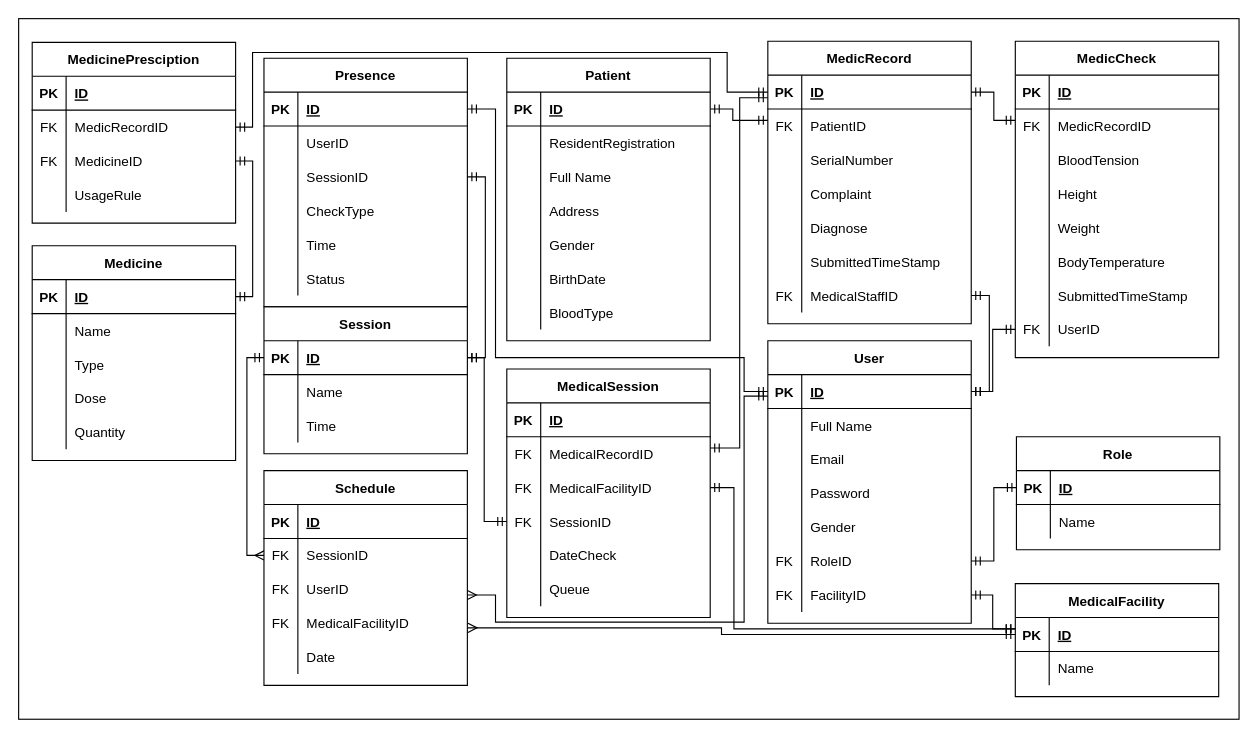
This is page "ERD Alt" (2 of 3) of docs/system-requirements/hospital-management-system.drawio from altacapstone36/go-server, a draw.io file, before an edit. Source tidied: cells renumbered, new cells numbered last; positions are measured from the earlier drawing's top-left corner, leaving out a move shared by most shapes. Both pictures are drawn from the tidied source at 113%, with x=0, y=0 at pixel (18, 18).
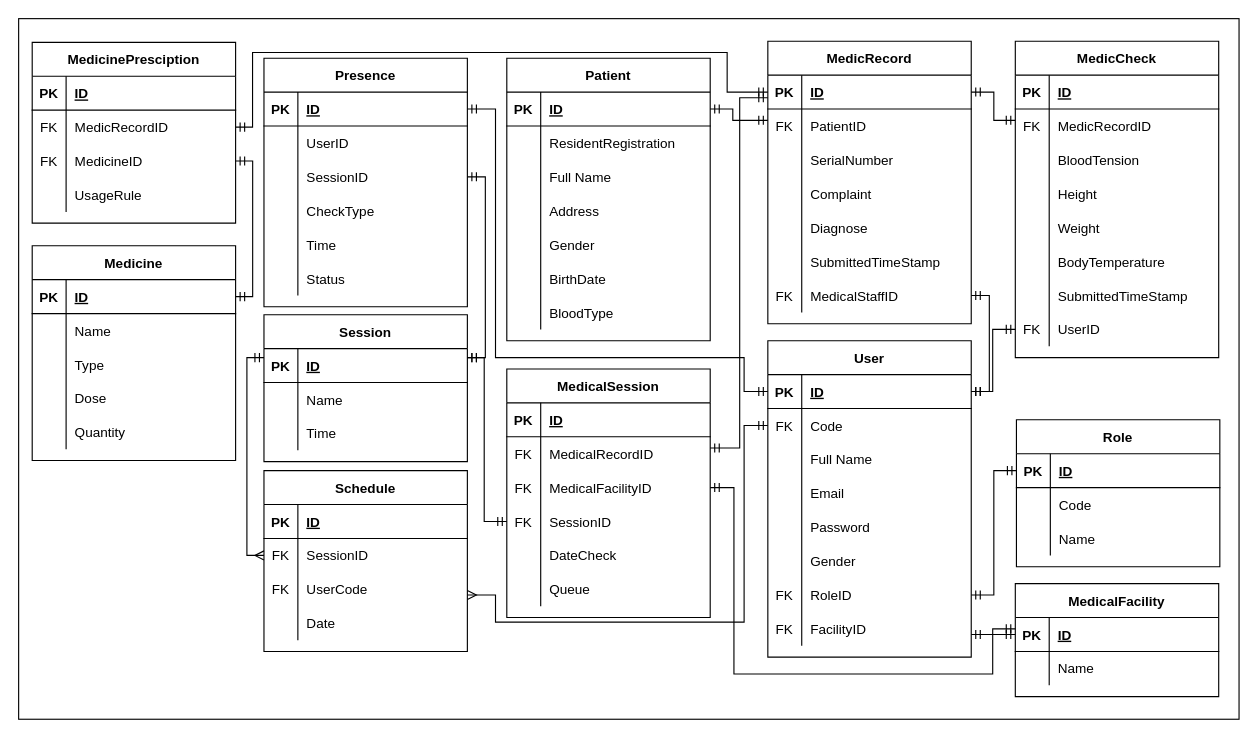
Above is the later version.

Unchanged cells that the change refers to:
```xml
<mxCell id="7" style="shape=tableRow;horizontal=0;startSize=0;swimlaneHead=0;swimlaneBody=0;fillColor=none;top=0;left=0;right=0;bottom=0;" parent="3" vertex="1">
  <mxGeometry y="60" width="180" height="30" as="geometry" />
</mxCell>
<mxCell id="80" style="shape=tableRow;horizontal=0;startSize=0;swimlaneHead=0;swimlaneBody=0;fillColor=none;points=[[0,0.5],[1,0.5]];portConstraint=eastwest;top=0;left=0;right=0;bottom=1;" parent="79" vertex="1">
  <mxGeometry y="30" width="180" height="30" as="geometry" />
</mxCell>
<mxCell id="104" style="shape=tableRow;horizontal=0;startSize=0;swimlaneHead=0;swimlaneBody=0;fillColor=none;points=[[0,0.5],[1,0.5]];portConstraint=eastwest;top=0;left=0;right=0;bottom=0;" parent="97" vertex="1">
  <mxGeometry y="90" width="180" height="30" as="geometry" />
</mxCell>
<mxCell id="205" style="shape=tableRow;horizontal=0;startSize=0;swimlaneHead=0;swimlaneBody=0;fillColor=none;points=[[0,0.5],[1,0.5]];portConstraint=eastwest;top=0;left=0;right=0;bottom=0;" parent="198" vertex="1">
  <mxGeometry y="90" width="180" height="30" as="geometry" />
</mxCell>
```

The edit, as a diff of the source:
```diff
@@
     <mxCell id="3" value="Role" style="shape=table;startSize=30;childLayout=tableLayout;rowLines=0;fontStyle=1;align=center;" parent="1" vertex="1">
-      <mxGeometry x="883" y="370" width="180" height="100" as="geometry" />
+      <mxGeometry x="883" y="355" width="180" height="130" as="geometry" />
     </mxCell>
@@
-    <mxCell id="9" value="Name" style="shape=partialRectangle;fillColor=none;top=0;left=0;bottom=0;right=0;align=left;spacingLeft=6;overflow=hidden;" parent="7" vertex="1">
+    <mxCell id="9" value="Code" style="shape=partialRectangle;fillColor=none;top=0;left=0;bottom=0;right=0;align=left;spacingLeft=6;overflow=hidden;" parent="7" vertex="1">
       <mxGeometry x="30" width="150" height="30" as="geometry" />
     </mxCell>
+    <mxCell id="217" style="shape=tableRow;horizontal=0;startSize=0;swimlaneHead=0;swimlaneBody=0;fillColor=none;top=0;left=0;right=0;bottom=0;" parent="3" vertex="1">
+      <mxGeometry y="90" width="180" height="30" as="geometry" />
+    </mxCell>
+    <mxCell id="218" style="shape=partialRectangle;fillColor=none;top=0;left=0;bottom=0;right=0;overflow=hidden;" parent="217" vertex="1">
+      <mxGeometry width="30" height="30" as="geometry" />
+    </mxCell>
+    <mxCell id="219" value="Name" style="shape=partialRectangle;fillColor=none;top=0;left=0;bottom=0;right=0;align=left;spacingLeft=6;overflow=hidden;" parent="217" vertex="1">
+      <mxGeometry x="30" width="150" height="30" as="geometry" />
+    </mxCell>
@@
     <mxCell id="86" value="Session" style="shape=table;startSize=30;childLayout=tableLayout;rowLines=0;fontStyle=1;align=center;" parent="1" vertex="1">
-      <mxGeometry x="217.1" y="255" width="180" height="130" as="geometry" />
+      <mxGeometry x="217.1" y="262" width="180" height="130" as="geometry" />
     </mxCell>
@@
     <mxCell id="96" style="edgeStyle=orthogonalEdgeStyle;rounded=0;jettySize=auto;html=1;startArrow=ERmandOne;startFill=0;endArrow=ERmandOne;endFill=0;" parent="1" edge="1" source="104" target="80">
       <mxGeometry relative="1" as="geometry">
         <Array as="points">
           <mxPoint x="633" y="415" />
-          <mxPoint x="633" y="540" />
+          <mxPoint x="633" y="580" />
+          <mxPoint x="862" y="580" />
+          <mxPoint x="862" y="545" />
         </Array>
       </mxGeometry>
     </mxCell>
@@
     <mxCell id="171" value="User" style="shape=table;startSize=30;childLayout=tableLayout;rowLines=0;fontStyle=1;align=center;" parent="1" vertex="1">
-      <mxGeometry x="663" y="285" width="180" height="250" as="geometry" />
+      <mxGeometry x="663" y="285" width="180" height="280" as="geometry" />
     </mxCell>
@@
+    <mxCell id="220" style="shape=tableRow;horizontal=0;startSize=0;swimlaneHead=0;swimlaneBody=0;fillColor=none;points=[[0,0.5],[1,0.5]];portConstraint=eastwest;top=0;left=0;right=0;bottom=0;" parent="171" vertex="1">
+      <mxGeometry y="60" width="180" height="30" as="geometry" />
+    </mxCell>
+    <mxCell id="209" value="FK" style="shape=partialRectangle;fillColor=none;top=0;left=0;bottom=0;right=0;overflow=hidden;" parent="220" vertex="1">
+      <mxGeometry width="30" height="30" as="geometry" />
+    </mxCell>
+    <mxCell id="221" value="Code" style="shape=partialRectangle;fillColor=none;top=0;left=0;bottom=0;right=0;align=left;spacingLeft=6;overflow=hidden;" parent="220" vertex="1">
+      <mxGeometry x="30" width="150" height="30" as="geometry" />
+    </mxCell>
     <mxCell id="175" style="shape=tableRow;horizontal=0;startSize=0;swimlaneHead=0;swimlaneBody=0;fillColor=none;top=0;left=0;right=0;bottom=0;" parent="171" vertex="1">
-      <mxGeometry y="60" width="180" height="30" as="geometry" />
+      <mxGeometry y="90" width="180" height="30" as="geometry" />
     </mxCell>
@@
     <mxCell id="178" style="shape=tableRow;horizontal=0;startSize=0;swimlaneHead=0;swimlaneBody=0;fillColor=none;top=0;left=0;right=0;bottom=0;" parent="171" vertex="1">
-      <mxGeometry y="90" width="180" height="30" as="geometry" />
+      <mxGeometry y="120" width="180" height="30" as="geometry" />
     </mxCell>
@@
     <mxCell id="181" style="shape=tableRow;horizontal=0;startSize=0;swimlaneHead=0;swimlaneBody=0;fillColor=none;top=0;left=0;right=0;bottom=0;" parent="171" vertex="1">
-      <mxGeometry y="120" width="180" height="30" as="geometry" />
+      <mxGeometry y="150" width="180" height="30" as="geometry" />
     </mxCell>
@@
     <mxCell id="184" style="shape=tableRow;horizontal=0;startSize=0;swimlaneHead=0;swimlaneBody=0;fillColor=none;top=0;left=0;right=0;bottom=0;" parent="171" vertex="1">
-      <mxGeometry y="150" width="180" height="30" as="geometry" />
+      <mxGeometry y="180" width="180" height="30" as="geometry" />
     </mxCell>
@@
     <mxCell id="187" style="shape=tableRow;horizontal=0;startSize=0;swimlaneHead=0;swimlaneBody=0;fillColor=none;points=[[0,0.5],[1,0.5]];portConstraint=eastwest;top=0;left=0;right=0;bottom=0;" parent="171" vertex="1">
-      <mxGeometry y="180" width="180" height="30" as="geometry" />
+      <mxGeometry y="210" width="180" height="30" as="geometry" />
     </mxCell>
@@
     <mxCell id="190" style="shape=tableRow;horizontal=0;startSize=0;swimlaneHead=0;swimlaneBody=0;fillColor=none;points=[[0,0.5],[1,0.5]];portConstraint=eastwest;top=0;left=0;right=0;bottom=0;" parent="171" vertex="1">
-      <mxGeometry y="210" width="180" height="30" as="geometry" />
+      <mxGeometry y="240" width="180" height="30" as="geometry" />
     </mxCell>
@@
     <mxCell id="194" style="edgeStyle=orthogonalEdgeStyle;rounded=0;jettySize=auto;html=1;startArrow=ERmandOne;startFill=0;endArrow=ERmandOne;endFill=0;" parent="1" edge="1" source="190" target="80">
       <mxGeometry relative="1" as="geometry">
         <Array as="points">
-          <mxPoint x="862" y="510" />
+          <mxPoint x="862" y="545" />
           <mxPoint x="862" y="540" />
         </Array>
       </mxGeometry>
     </mxCell>
@@
     <mxCell id="198" value="Schedule" style="shape=table;startSize=30;childLayout=tableLayout;rowLines=0;fontStyle=1;align=center;" parent="1" vertex="1">
-      <mxGeometry x="217.1" y="400" width="180" height="190" as="geometry" />
+      <mxGeometry x="217.1" y="400" width="180" height="160" as="geometry" />
     </mxCell>
@@
-    <mxCell id="207" value="UserID" style="shape=partialRectangle;fillColor=none;top=0;left=0;bottom=0;right=0;align=left;spacingLeft=6;overflow=hidden;" parent="205" vertex="1">
+    <mxCell id="207" value="UserCode" style="shape=partialRectangle;fillColor=none;top=0;left=0;bottom=0;right=0;align=left;spacingLeft=6;overflow=hidden;" parent="205" vertex="1">
       <mxGeometry x="30" width="150" height="30" as="geometry" />
     </mxCell>
-    <mxCell id="208" style="shape=tableRow;horizontal=0;startSize=0;swimlaneHead=0;swimlaneBody=0;fillColor=none;points=[[0,0.5],[1,0.5]];portConstraint=eastwest;top=0;left=0;right=0;bottom=0;" parent="198" vertex="1">
-      <mxGeometry y="120" width="180" height="30" as="geometry" />
-    </mxCell>
-    <mxCell id="209" value="FK" style="shape=partialRectangle;fillColor=none;top=0;left=0;bottom=0;right=0;overflow=hidden;" parent="208" vertex="1">
-      <mxGeometry width="30" height="30" as="geometry" />
-    </mxCell>
-    <mxCell id="210" value="MedicalFacilityID" style="shape=partialRectangle;fillColor=none;top=0;left=0;bottom=0;right=0;align=left;spacingLeft=6;overflow=hidden;" parent="208" vertex="1">
-      <mxGeometry x="30" width="150" height="30" as="geometry" />
-    </mxCell>
     <mxCell id="211" style="shape=tableRow;horizontal=0;startSize=0;swimlaneHead=0;swimlaneBody=0;fillColor=none;top=0;left=0;right=0;bottom=0;" parent="198" vertex="1">
-      <mxGeometry y="150" width="180" height="30" as="geometry" />
+      <mxGeometry y="120" width="180" height="30" as="geometry" />
     </mxCell>
@@
-    <mxCell id="215" style="edgeStyle=orthogonalEdgeStyle;rounded=0;jettySize=auto;html=1;startArrow=ERmany;startFill=0;endArrow=ERmandOne;endFill=0;" parent="1" edge="1" source="205">
+    <mxCell id="215" style="edgeStyle=orthogonalEdgeStyle;rounded=0;jettySize=auto;html=1;startArrow=ERmany;startFill=0;endArrow=ERmandOne;endFill=0;" parent="1" edge="1" source="205" target="220">
       <mxGeometry relative="1" as="geometry">
-        <mxPoint x="663" y="334" as="targetPoint" />
         <Array as="points">
           <mxPoint x="422" y="510" />
           <mxPoint x="422" y="534" />
           <mxPoint x="642" y="534" />
-          <mxPoint x="642" y="334" />
+          <mxPoint x="642" y="360" />
         </Array>
       </mxGeometry>
     </mxCell>
-    <mxCell id="216" style="edgeStyle=orthogonalEdgeStyle;rounded=0;jettySize=auto;html=1;startArrow=ERmany;startFill=0;endArrow=ERmandOne;endFill=0;exitX=1.003;exitY=0.638;exitDx=0;exitDy=0;exitPerimeter=0;" parent="1" edge="1" source="208" target="80">
-      <mxGeometry relative="1" as="geometry">
-        <Array as="points">
-          <mxPoint x="622" y="539" />
-          <mxPoint x="622" y="545" />
-        </Array>
-      </mxGeometry>
-    </mxCell>
```
